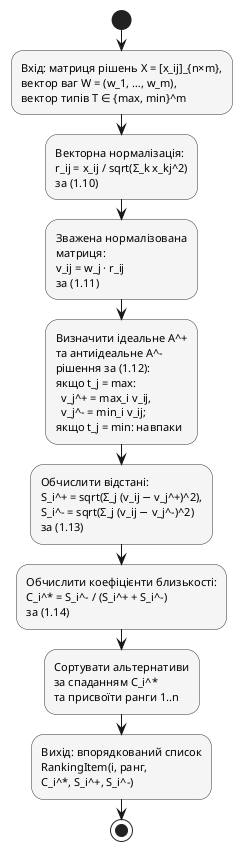
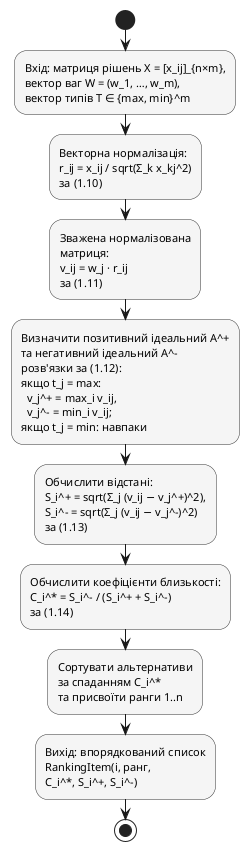
@startuml
' Рис. 2.10. Діаграма активностей алгоритму TOPSIS
skinparam shadowing false
skinparam defaultFontName "Times New Roman"
skinparam defaultFontSize 11
skinparam activity {
    BackgroundColor #f5f5f5
    BorderColor #333333
}

start
:Вхід: матриця рішень X = [x_ij]_{n×m},\nвектор ваг W = (w_1, …, w_m),\nвектор типів T ∈ {max, min}^m;

:Векторна нормалізація:\nr_ij = x_ij / sqrt(Σ_k x_kj^2)\nза (1.10);

:Зважена нормалізована\nматриця:\nv_ij = w_j · r_ij\nза (1.11);

- :Визначити ідеальне A^+\nта антиідеальне A^-\nрішення за (1.12):\nякщо t_j = max:\n  v_j^+ = max_i v_ij,\n  v_j^- = min_i v_ij;\nякщо t_j = min: навпаки;
+ :Визначити позитивний ідеальний A^+\nта негативний ідеальний A^-\nрозв'язки за (1.12):\nякщо t_j = max:\n  v_j^+ = max_i v_ij,\n  v_j^- = min_i v_ij;\nякщо t_j = min: навпаки;

:Обчислити відстані:\nS_i^+ = sqrt(Σ_j (v_ij − v_j^+)^2),\nS_i^- = sqrt(Σ_j (v_ij − v_j^-)^2)\nза (1.13);

:Обчислити коефіцієнти близькості:\nC_i^* = S_i^- / (S_i^+ + S_i^-)\nза (1.14);

:Сортувати альтернативи\nза спаданням C_i^*\nта присвоїти ранги 1..n;

:Вихід: впорядкований список\nRankingItem(i, ранг,\nC_i^*, S_i^+, S_i^-);
stop

@enduml
